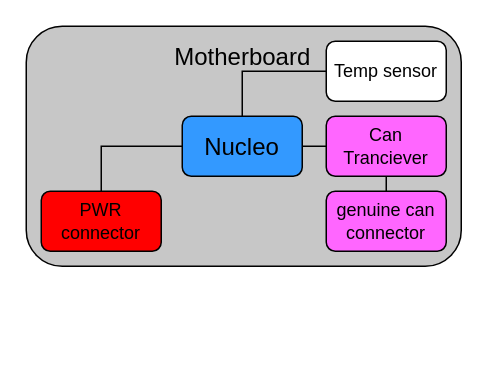
Above: Block diagrams/nucleo_motherboard.drawio in Mojitas/MUST-Autonics (draw.io), before the change. Source tidied: cells renumbered, new cells numbered last; positions are measured from the earlier drawing's top-left corner, leaving out a move shared by most shapes. Both pictures are drawn from the tidied source at 150%, with x=0, y=0 at pixel (26, 26).
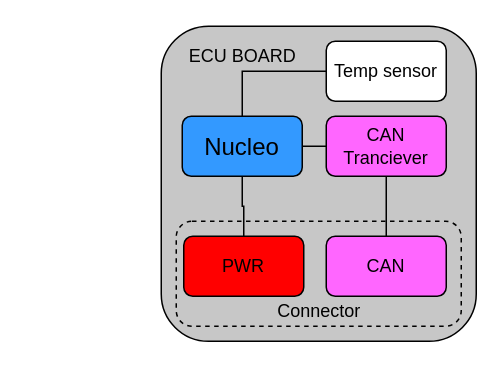
Above is the later version.

Change to the diagram source:
```diff
@@
 <mxGraphModel>
   <root>
     <mxCell id="0" />
     <mxCell id="1" parent="0" />
     <mxCell id="2" style="rounded=1;whiteSpace=wrap;html=1;fillColor=#C7C7C7;" parent="1" vertex="1">
-      <mxGeometry width="290" height="160" as="geometry" />
+      <mxGeometry x="90" width="210" height="210" as="geometry" />
     </mxCell>
+    <mxCell id="13" style="rounded=1;whiteSpace=wrap;html=1;fillColor=none;dashed=1;" parent="1" vertex="1">
+      <mxGeometry x="100" y="130" width="190" height="70" as="geometry" />
+    </mxCell>
     <mxCell id="3" style="edgeStyle=orthogonalEdgeStyle;rounded=0;jettySize=auto;html=1;exitX=0.5;exitY=0;exitDx=0;exitDy=0;entryX=0;entryY=0.5;entryDx=0;entryDy=0;endArrow=none;endFill=0;" parent="1" edge="1" source="5" target="6">
       <mxGeometry relative="1" as="geometry" />
     </mxCell>
     <mxCell id="4" style="edgeStyle=orthogonalEdgeStyle;rounded=0;jettySize=auto;html=1;exitX=1;exitY=0.5;exitDx=0;exitDy=0;entryX=0;entryY=0.5;entryDx=0;entryDy=0;endArrow=none;endFill=0;" parent="1" edge="1" source="5" target="8">
       <mxGeometry relative="1" as="geometry" />
     </mxCell>
     <mxCell id="5" value="&lt;font style=&quot;font-size: 16px&quot;&gt;Nucleo&lt;/font&gt;" style="rounded=1;whiteSpace=wrap;html=1;fillColor=#3399FF;" parent="1" vertex="1">
       <mxGeometry x="104" y="60" width="80" height="40" as="geometry" />
     </mxCell>
     <mxCell id="6" value="Temp sensor" style="rounded=1;whiteSpace=wrap;html=1;fillColor=#FFFFFF;" parent="1" vertex="1">
       <mxGeometry x="200" y="10" width="80" height="40" as="geometry" />
     </mxCell>
     <mxCell id="7" style="edgeStyle=orthogonalEdgeStyle;rounded=0;jettySize=auto;html=1;exitX=0.5;exitY=1;exitDx=0;exitDy=0;entryX=0.5;entryY=0;entryDx=0;entryDy=0;endArrow=none;endFill=0;" parent="1" edge="1" source="8" target="11">
       <mxGeometry relative="1" as="geometry" />
     </mxCell>
-    <mxCell id="8" value="Can Tranciever" style="rounded=1;whiteSpace=wrap;html=1;fillColor=#FF66FF;" parent="1" vertex="1">
+    <mxCell id="8" value="CAN Tranciever" style="rounded=1;whiteSpace=wrap;html=1;fillColor=#FF66FF;" parent="1" vertex="1">
       <mxGeometry x="200" y="60" width="80" height="40" as="geometry" />
     </mxCell>
-    <mxCell id="9" style="edgeStyle=orthogonalEdgeStyle;rounded=0;jettySize=auto;html=1;entryX=0;entryY=0.5;entryDx=0;entryDy=0;exitX=0.5;exitY=0;exitDx=0;exitDy=0;endArrow=none;endFill=0;" parent="1" edge="1" source="10" target="5">
+    <mxCell id="9" style="edgeStyle=orthogonalEdgeStyle;rounded=0;jettySize=auto;html=1;entryX=0.5;entryY=1;entryDx=0;entryDy=0;exitX=0.5;exitY=0;exitDx=0;exitDy=0;endArrow=none;endFill=0;" parent="1" edge="1" source="10" target="5">
       <mxGeometry relative="1" as="geometry" />
     </mxCell>
-    <mxCell id="10" value="&lt;div&gt;PWR&lt;/div&gt;connector" style="rounded=1;whiteSpace=wrap;html=1;fillColor=#FF0000;" parent="1" vertex="1">
-      <mxGeometry x="10" y="110" width="80" height="40" as="geometry" />
+    <mxCell id="10" value="PWR" style="rounded=1;whiteSpace=wrap;html=1;fillColor=#FF0000;" parent="1" vertex="1">
+      <mxGeometry x="105" y="140" width="80" height="40" as="geometry" />
     </mxCell>
-    <mxCell id="11" value="genuine can connector" style="rounded=1;whiteSpace=wrap;html=1;fillColor=#FF66FF;" parent="1" vertex="1">
-      <mxGeometry x="200" y="110" width="80" height="40" as="geometry" />
+    <mxCell id="11" value="CAN" style="rounded=1;whiteSpace=wrap;html=1;fillColor=#FF66FF;" parent="1" vertex="1">
+      <mxGeometry x="200" y="140" width="80" height="40" as="geometry" />
     </mxCell>
-    <mxCell id="12" value="&lt;div&gt;&lt;font style=&quot;font-size: 16px&quot;&gt;Motherboard&lt;/font&gt;&lt;/div&gt;" style="text;html=1;align=center;verticalAlign=middle;" parent="1" vertex="1">
-      <mxGeometry x="89" y="10" width="110" height="20" as="geometry" />
+    <mxCell id="12" value="ECU BOARD" style="text;html=1;align=center;verticalAlign=middle;" parent="1" vertex="1">
+      <mxGeometry x="99" y="10" width="90" height="20" as="geometry" />
     </mxCell>
+    <mxCell id="14" value="Connector" style="text;html=1;align=center;verticalAlign=middle;" parent="1" vertex="1">
+      <mxGeometry x="160" y="180" width="70" height="20" as="geometry" />
+    </mxCell>
   </root>
 </mxGraphModel>
```
